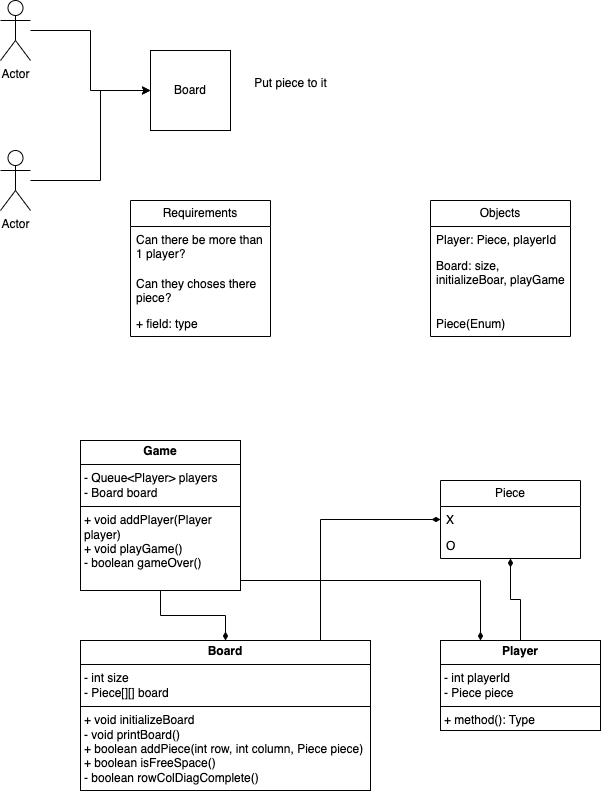
Before: Tick-Tak-Toe/Design-Patterns-Tick tack toe.drawio.png, a diagram exported from draw.io (jinia-konar/System-Design). Source tidied: cells renumbered, new cells last; positions are measured from the earlier drawing's top-left corner, leaving out a move shared by most shapes.
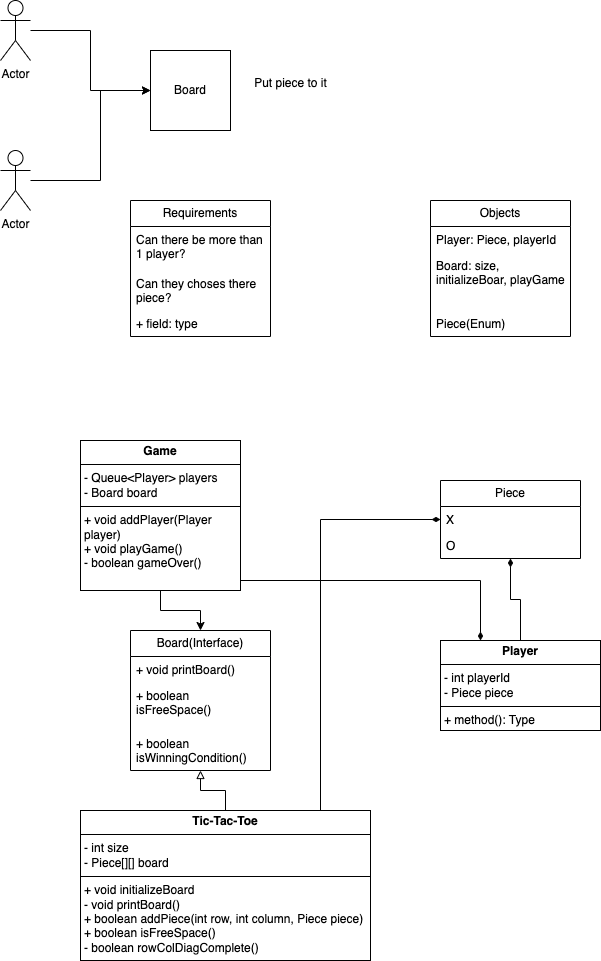
The same file after the commit.

The edit, as a diff of the source:
```diff
@@ -71,12 +71,12 @@
         </Array>
       </mxGeometry>
     </mxCell>
+    <mxCell id="26" style="edgeStyle=orthogonalEdgeStyle;rounded=0;jettySize=auto;html=1;endArrow=block;endFill=0;" parent="1" edge="1" source="22" target="28">
+      <mxGeometry relative="1" as="geometry" />
+    </mxCell>
-    <mxCell id="22" value="&lt;p style=&quot;margin:0px;margin-top:4px;text-align:center;&quot;&gt;&lt;b&gt;Board&lt;/b&gt;&lt;/p&gt;&lt;hr size=&quot;1&quot; style=&quot;border-style:solid;&quot;&gt;&lt;p style=&quot;margin:0px;margin-left:4px;&quot;&gt;- int size&lt;/p&gt;&lt;p style=&quot;margin:0px;margin-left:4px;&quot;&gt;- Piece[][] board&lt;/p&gt;&lt;hr size=&quot;1&quot; style=&quot;border-style:solid;&quot;&gt;&lt;p style=&quot;margin:0px;margin-left:4px;&quot;&gt;+ void initializeBoard&lt;/p&gt;&lt;p style=&quot;margin:0px;margin-left:4px;&quot;&gt;- void printBoard()&lt;/p&gt;&lt;p style=&quot;margin:0px;margin-left:4px;&quot;&gt;+ boolean addPiece(int row, int column, Piece piece)&lt;/p&gt;&lt;p style=&quot;margin:0px;margin-left:4px;&quot;&gt;+ boolean isFreeSpace()&lt;/p&gt;&lt;p style=&quot;margin:0px;margin-left:4px;&quot;&gt;- boolean rowColDiagComplete()&lt;/p&gt;" style="verticalAlign=top;align=left;overflow=fill;html=1;whiteSpace=wrap;" parent="1" vertex="1">
-      <mxGeometry x="80" y="640" width="290" height="150" as="geometry" />
+    <mxCell id="22" value="&lt;p style=&quot;margin:0px;margin-top:4px;text-align:center;&quot;&gt;&lt;b&gt;Tic-Tac-Toe&lt;/b&gt;&lt;/p&gt;&lt;hr size=&quot;1&quot; style=&quot;border-style:solid;&quot;&gt;&lt;p style=&quot;margin:0px;margin-left:4px;&quot;&gt;- int size&lt;/p&gt;&lt;p style=&quot;margin:0px;margin-left:4px;&quot;&gt;- Piece[][] board&lt;/p&gt;&lt;hr size=&quot;1&quot; style=&quot;border-style:solid;&quot;&gt;&lt;p style=&quot;margin:0px;margin-left:4px;&quot;&gt;+ void initializeBoard&lt;/p&gt;&lt;p style=&quot;margin:0px;margin-left:4px;&quot;&gt;- void printBoard()&lt;/p&gt;&lt;p style=&quot;margin:0px;margin-left:4px;&quot;&gt;+ boolean addPiece(int row, int column, Piece piece)&lt;/p&gt;&lt;p style=&quot;margin:0px;margin-left:4px;&quot;&gt;+ boolean isFreeSpace()&lt;/p&gt;&lt;p style=&quot;margin:0px;margin-left:4px;&quot;&gt;- boolean rowColDiagComplete()&lt;/p&gt;" style="verticalAlign=top;align=left;overflow=fill;html=1;whiteSpace=wrap;" parent="1" vertex="1">
+      <mxGeometry x="80" y="810" width="290" height="150" as="geometry" />
     </mxCell>
-    <mxCell id="23" style="edgeStyle=orthogonalEdgeStyle;rounded=0;jettySize=auto;html=1;entryX=0.5;entryY=0;entryDx=0;entryDy=0;endArrow=diamondThin;endFill=1;" parent="1" edge="1" source="25" target="22">
-      <mxGeometry relative="1" as="geometry" />
-    </mxCell>
     <mxCell id="24" style="edgeStyle=orthogonalEdgeStyle;rounded=0;jettySize=auto;html=1;entryX=0.25;entryY=0;entryDx=0;entryDy=0;endArrow=diamondThin;endFill=1;" parent="1" edge="1" source="25" target="20">
       <mxGeometry relative="1" as="geometry">
         <Array as="points">
@@ -84,8 +84,23 @@
         </Array>
       </mxGeometry>
     </mxCell>
+    <mxCell id="27" style="edgeStyle=orthogonalEdgeStyle;rounded=0;jettySize=auto;html=1;entryX=0.5;entryY=0;entryDx=0;entryDy=0;" parent="1" edge="1" source="25" target="28">
+      <mxGeometry relative="1" as="geometry" />
+    </mxCell>
     <mxCell id="25" value="&lt;p style=&quot;margin:0px;margin-top:4px;text-align:center;&quot;&gt;&lt;b&gt;Game&lt;/b&gt;&lt;/p&gt;&lt;hr size=&quot;1&quot; style=&quot;border-style:solid;&quot;&gt;&lt;p style=&quot;margin:0px;margin-left:4px;&quot;&gt;- Queue&amp;lt;Player&amp;gt; players&lt;/p&gt;&lt;p style=&quot;margin:0px;margin-left:4px;&quot;&gt;- Board board&lt;/p&gt;&lt;hr size=&quot;1&quot; style=&quot;border-style:solid;&quot;&gt;&lt;p style=&quot;margin:0px;margin-left:4px;&quot;&gt;+ void addPlayer(Player player)&lt;/p&gt;&lt;p style=&quot;margin:0px;margin-left:4px;&quot;&gt;+ void playGame()&lt;/p&gt;&lt;p style=&quot;margin:0px;margin-left:4px;&quot;&gt;- boolean gameOver()&lt;/p&gt;" style="verticalAlign=top;align=left;overflow=fill;html=1;whiteSpace=wrap;" parent="1" vertex="1">
       <mxGeometry x="80" y="440" width="160" height="150" as="geometry" />
     </mxCell>
+    <mxCell id="28" value="Board(Interface)" style="swimlane;fontStyle=0;horizontal=1;startSize=26;fillColor=none;whiteSpace=wrap;html=1;" parent="1" vertex="1">
+      <mxGeometry x="130" y="630" width="140" height="140" as="geometry" />
+    </mxCell>
+    <mxCell id="29" value="+ void printBoard()" style="text;strokeColor=none;fillColor=none;align=left;verticalAlign=top;spacingLeft=4;spacingRight=4;overflow=hidden;whiteSpace=wrap;html=1;" parent="28" vertex="1">
+      <mxGeometry y="26" width="140" height="26" as="geometry" />
+    </mxCell>
+    <mxCell id="30" value="+ boolean isFreeSpace()" style="text;strokeColor=none;fillColor=none;align=left;verticalAlign=top;spacingLeft=4;spacingRight=4;overflow=hidden;whiteSpace=wrap;html=1;" parent="28" vertex="1">
+      <mxGeometry y="52" width="140" height="48" as="geometry" />
+    </mxCell>
+    <mxCell id="31" value="+ boolean isWinningCondition()" style="text;strokeColor=none;fillColor=none;align=left;verticalAlign=top;spacingLeft=4;spacingRight=4;overflow=hidden;whiteSpace=wrap;html=1;" parent="28" vertex="1">
+      <mxGeometry y="100" width="140" height="40" as="geometry" />
+    </mxCell>
   </root>
 </mxGraphModel>
```
